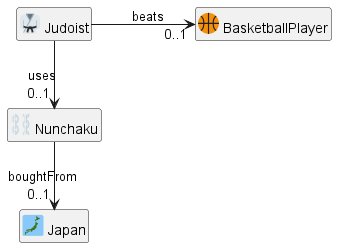
The PlantUML diagram soml2puml/img/sport-schema-diagram.png in VladimirAlexiev/soml, before a commit.
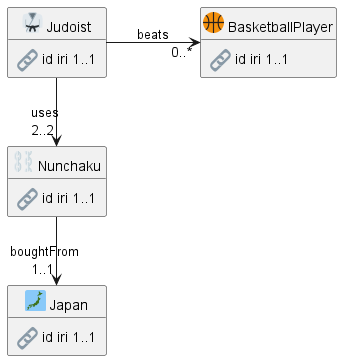
The same file after the commit.

The edit, as a diff of the source:
```diff
@@ -4,11 +4,23 @@
 left to right direction
 skinparam nodesep 50
 
-class "<:martial_arts_uniform:> Judoist" as Judoist
-class "<:chains:> Nunchaku" as Nunchaku
-class "<:japan:> Japan" as Japan
-class "<:basketball:> BasketballPlayer" as BasketballPlayer
-Judoist                           -d-> "0..1" BasketballPlayer           : beats
-Judoist                           -r-> "0..1" Nunchaku                   : uses
-Nunchaku                          -r-> "0..1" Japan                      : boughtFrom
+class "<:martial_arts_uniform:> Judoist" as Judoist {
+<#transparent,#transparent>|<:link:>| id| iri| 1..1|
+}
+
+class "<:chains:> Nunchaku" as Nunchaku {
+<#transparent,#transparent>|<:link:>| id| iri| 1..1|
+}
+
+class "<:japan:> Japan" as Japan {
+<#transparent,#transparent>|<:link:>| id| iri| 1..1|
+}
+
+class "<:basketball:> BasketballPlayer" as BasketballPlayer {
+<#transparent,#transparent>|<:link:>| id| iri| 1..1|
+}
+
+Judoist                           -d-> "0..*" BasketballPlayer           : beats
+Judoist                           -r-> "2..2" Nunchaku                   : uses
+Nunchaku                          -r-> "1..1" Japan                      : boughtFrom
 @enduml
```
